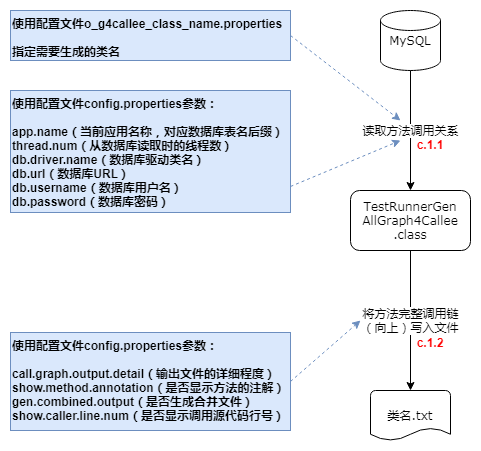
Before: pic/args-use-c.1.png, a diagram exported from draw.io (Adrninistrator/java-all-call-graph). Source tidied: cells renumbered, new cells last; positions are measured from the earlier drawing's top-left corner, leaving out a move shared by most shapes.
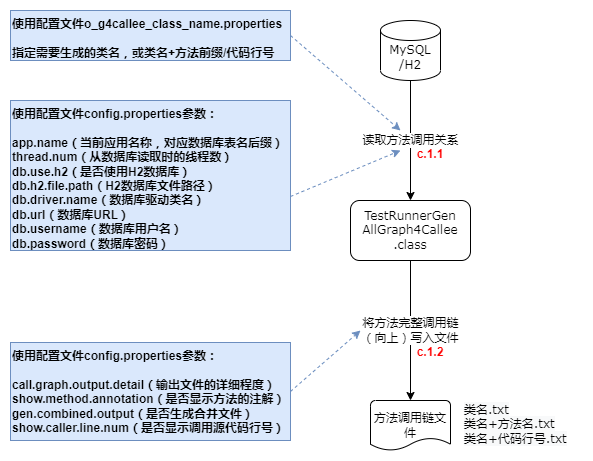
Above is the later version.

What changed in the source:
```diff
@@ -5,10 +5,10 @@
     <mxCell id="2" value="TestRunnerGen&lt;br style=&quot;font-size: 12px;&quot;&gt;AllGraph4Callee&lt;br style=&quot;font-size: 12px;&quot;&gt;.class" style="rounded=1;html=1;whiteSpace=wrap;fontSize=12;fontFamily=Verdana;" parent="1" vertex="1">
       <mxGeometry x="340" y="180" width="120" height="60" as="geometry" />
     </mxCell>
-    <mxCell id="3" value="MySQL" style="strokeWidth=1;html=1;shape=mxgraph.flowchart.database;whiteSpace=wrap;fontSize=12;fontFamily=Verdana;" parent="1" vertex="1">
+    <mxCell id="3" value="&lt;br&gt;MySQL&lt;br&gt;/H2" style="strokeWidth=1;html=1;shape=mxgraph.flowchart.database;whiteSpace=wrap;fontSize=12;fontFamily=Verdana;" parent="1" vertex="1">
       <mxGeometry x="370" width="60" height="60" as="geometry" />
     </mxCell>
-    <mxCell id="4" value="类名.txt" style="strokeWidth=1;html=1;shape=mxgraph.flowchart.document2;whiteSpace=wrap;size=0.25;fontSize=12;fontFamily=Verdana;" parent="1" vertex="1">
+    <mxCell id="4" value="方法调用链文件" style="strokeWidth=1;html=1;shape=mxgraph.flowchart.document2;whiteSpace=wrap;size=0.25;fontSize=12;fontFamily=Verdana;" parent="1" vertex="1">
       <mxGeometry x="360" y="380" width="80" height="50" as="geometry" />
     </mxCell>
     <mxCell id="5" value="读取方法调用关系" style="endArrow=classic;html=1;strokeWidth=1;exitX=0.5;exitY=1;exitDx=0;exitDy=0;exitPerimeter=0;fontSize=12;fontFamily=Verdana;entryX=0.5;entryY=0;entryDx=0;entryDy=0;" parent="1" edge="1" source="3" target="2">
@@ -17,8 +17,8 @@
     <mxCell id="6" value="将方法完整调用链&lt;br style=&quot;font-size: 12px;&quot;&gt;（向上）写入文件" style="endArrow=classic;html=1;strokeWidth=1;exitX=0.5;exitY=1;exitDx=0;exitDy=0;entryX=0.5;entryY=0;entryDx=0;entryDy=0;entryPerimeter=0;jumpStyle=arc;jumpSize=8;fontSize=12;fontFamily=Verdana;" parent="1" edge="1" source="2" target="4">
       <mxGeometry relative="1" as="geometry" />
     </mxCell>
-    <mxCell id="7" value="使用配置文件o_g4callee_class_name.properties&lt;br&gt;&lt;br&gt;指定需要生成的类名" style="rounded=0;whiteSpace=wrap;html=1;align=left;verticalAlign=top;fillColor=#dae8fc;strokeColor=#6c8ebf;fontStyle=1;" parent="1" vertex="1">
-      <mxGeometry width="280" height="50" as="geometry" />
+    <mxCell id="7" value="使用配置文件o_g4callee_class_name.properties&lt;br&gt;&lt;br&gt;指定需要生成的类名，或类名+方法前缀/代码行号" style="rounded=0;whiteSpace=wrap;html=1;align=left;verticalAlign=top;fillColor=#dae8fc;strokeColor=#6c8ebf;fontStyle=1;" parent="1" vertex="1">
+      <mxGeometry y="-10" width="280" height="50" as="geometry" />
     </mxCell>
     <mxCell id="8" style="endArrow=classic;html=1;exitX=1;exitY=0.5;exitDx=0;exitDy=0;dashed=1;fillColor=#dae8fc;strokeColor=#6c8ebf;" parent="1" edge="1" source="7">
       <mxGeometry relative="1" as="geometry">
@@ -45,8 +45,11 @@
     <mxCell id="13" value="c.1.1" style="text;html=1;strokeColor=none;fillColor=none;align=center;verticalAlign=middle;whiteSpace=wrap;rounded=0;fontStyle=1;fontColor=#FF0000;" parent="1" vertex="1">
       <mxGeometry x="400" y="124" width="40" height="20" as="geometry" />
     </mxCell>
-    <mxCell id="14" value="使用配置文件config.properties参数：&lt;br&gt;&lt;br&gt;app.name（当前应用名称，对应数据库表名后缀）&lt;br&gt;thread.num（从数据库读取时的线程数）&lt;br&gt;&lt;div&gt;db.driver.name（数据库驱动类名）&lt;/div&gt;&lt;div&gt;db.url（数据库URL）&lt;/div&gt;&lt;div&gt;db.username（数据库用户名）&lt;/div&gt;&lt;div&gt;db.password（数据库密码）&lt;/div&gt;" style="rounded=0;whiteSpace=wrap;html=1;align=left;verticalAlign=top;fillColor=#dae8fc;strokeColor=#6c8ebf;fontStyle=1;" parent="1" vertex="1">
-      <mxGeometry y="80" width="280" height="122" as="geometry" />
+    <mxCell id="14" value="使用配置文件config.properties参数：&lt;br&gt;&lt;br&gt;app.name（当前应用名称，对应数据库表名后缀）&lt;br&gt;thread.num（从数据库读取时的线程数）&lt;br&gt;&lt;div&gt;db.use.h2（是否使用H2数据库）&lt;/div&gt;&lt;div&gt;db.h2.file.path（H2数据库文件路径）&lt;/div&gt;&lt;div&gt;db.driver.name（数据库驱动类名）&lt;/div&gt;&lt;div&gt;db.url（数据库URL）&lt;/div&gt;&lt;div&gt;db.username（数据库用户名）&lt;/div&gt;&lt;div&gt;db.password（数据库密码）&lt;/div&gt;" style="rounded=0;whiteSpace=wrap;html=1;align=left;verticalAlign=top;fillColor=#dae8fc;strokeColor=#6c8ebf;fontStyle=1;" parent="1" vertex="1">
+      <mxGeometry y="80" width="280" height="150" as="geometry" />
     </mxCell>
+    <mxCell id="15" value="&lt;span style=&quot;color: rgb(0, 0, 0); font-family: Verdana; font-size: 12px; font-style: normal; font-variant-ligatures: normal; font-variant-caps: normal; font-weight: 400; letter-spacing: normal; orphans: 2; text-align: center; text-indent: 0px; text-transform: none; widows: 2; word-spacing: 0px; -webkit-text-stroke-width: 0px; background-color: rgb(248, 249, 250); text-decoration-thickness: initial; text-decoration-style: initial; text-decoration-color: initial; float: none; display: inline !important;&quot;&gt;类名.txt&lt;/span&gt;&lt;br style=&quot;color: rgb(0, 0, 0); font-family: Verdana; font-size: 12px; font-style: normal; font-variant-ligatures: normal; font-variant-caps: normal; font-weight: 400; letter-spacing: normal; orphans: 2; text-align: center; text-indent: 0px; text-transform: none; widows: 2; word-spacing: 0px; -webkit-text-stroke-width: 0px; background-color: rgb(248, 249, 250); text-decoration-thickness: initial; text-decoration-style: initial; text-decoration-color: initial;&quot;&gt;&lt;span style=&quot;color: rgb(0, 0, 0); font-family: Verdana; font-size: 12px; font-style: normal; font-variant-ligatures: normal; font-variant-caps: normal; font-weight: 400; letter-spacing: normal; orphans: 2; text-align: center; text-indent: 0px; text-transform: none; widows: 2; word-spacing: 0px; -webkit-text-stroke-width: 0px; background-color: rgb(248, 249, 250); text-decoration-thickness: initial; text-decoration-style: initial; text-decoration-color: initial; float: none; display: inline !important;&quot;&gt;类名+方法名.txt&lt;br&gt;类名+代码行号.txt&lt;br&gt;&lt;/span&gt;" style="text;whiteSpace=wrap;html=1;" parent="1" vertex="1">
+      <mxGeometry x="452" y="376" width="120" height="50" as="geometry" />
+    </mxCell>
   </root>
 </mxGraphModel>
```
